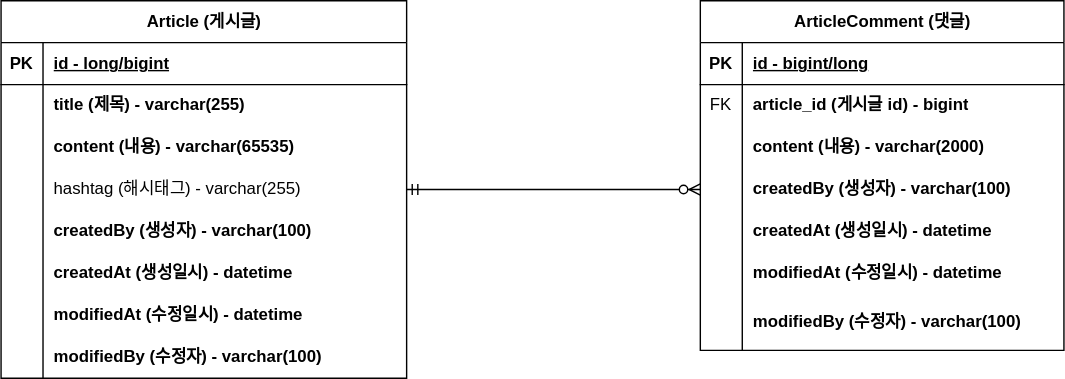
odd02311/board_project keeps this draw.io diagram as document/board_project_ERD.svg. Above is the earlier version. Source tidied: cells renumbered, new cells last; positions are measured from the earlier drawing's top-left corner, leaving out a move shared by most shapes.
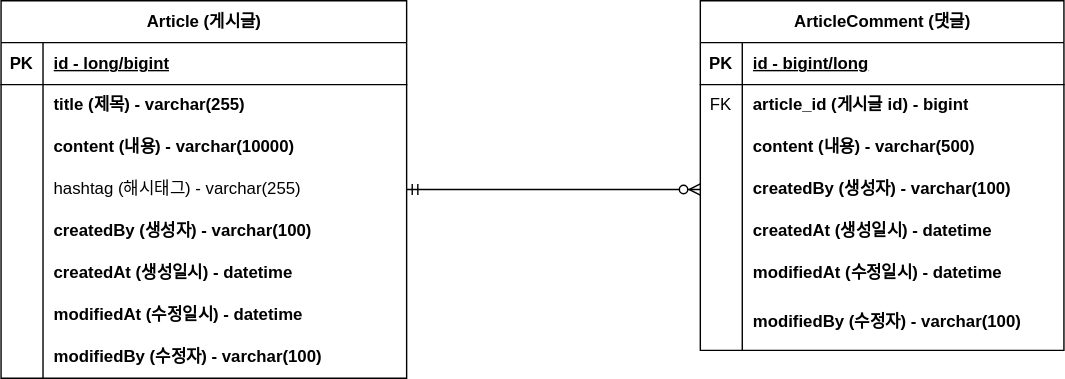
The same diagram one commit later.

Commit message:
Update #10 - ERD 업데이트: content 사이즈 수정

Change to the diagram source:
```diff
@@ -29,7 +29,7 @@
     <mxCell id="10" style="shape=partialRectangle;fillColor=none;top=0;left=0;bottom=0;right=0;overflow=hidden;whiteSpace=wrap;html=1;" parent="9" vertex="1">
       <mxGeometry width="30" height="30" as="geometry" />
     </mxCell>
-    <mxCell id="11" value="content (내용) - varchar(65535)" style="shape=partialRectangle;fillColor=none;top=0;left=0;bottom=0;right=0;align=left;spacingLeft=6;overflow=hidden;whiteSpace=wrap;html=1;fontStyle=1;" parent="9" vertex="1">
+    <mxCell id="11" value="content (내용) - varchar(10000)" style="shape=partialRectangle;fillColor=none;top=0;left=0;bottom=0;right=0;align=left;spacingLeft=6;overflow=hidden;whiteSpace=wrap;html=1;fontStyle=1;" parent="9" vertex="1">
       <mxGeometry x="30" width="260" height="30" as="geometry" />
     </mxCell>
     <mxCell id="12" style="shape=tableRow;horizontal=0;startSize=0;swimlaneHead=0;swimlaneBody=0;fillColor=none;points=[[0,0.5],[1,0.5]];portConstraint=eastwest;top=0;left=0;right=0;bottom=0;" parent="2" vertex="1">
@@ -104,7 +104,7 @@
     <mxCell id="35" style="shape=partialRectangle;fillColor=none;top=0;left=0;bottom=0;right=0;overflow=hidden;whiteSpace=wrap;html=1;" parent="34" vertex="1">
       <mxGeometry width="30" height="30" as="geometry" />
     </mxCell>
-    <mxCell id="36" value="content (내용) - varchar(2000)" style="shape=partialRectangle;fillColor=none;top=0;left=0;bottom=0;right=0;align=left;spacingLeft=6;overflow=hidden;whiteSpace=wrap;html=1;fontStyle=1;" parent="34" vertex="1">
+    <mxCell id="36" value="content (내용) - varchar(500)" style="shape=partialRectangle;fillColor=none;top=0;left=0;bottom=0;right=0;align=left;spacingLeft=6;overflow=hidden;whiteSpace=wrap;html=1;fontStyle=1;" parent="34" vertex="1">
       <mxGeometry x="30" width="230" height="30" as="geometry" />
     </mxCell>
     <mxCell id="37" style="shape=tableRow;horizontal=0;startSize=0;swimlaneHead=0;swimlaneBody=0;fillColor=none;points=[[0,0.5],[1,0.5]];portConstraint=eastwest;top=0;left=0;right=0;bottom=0;" parent="27" vertex="1">
```
